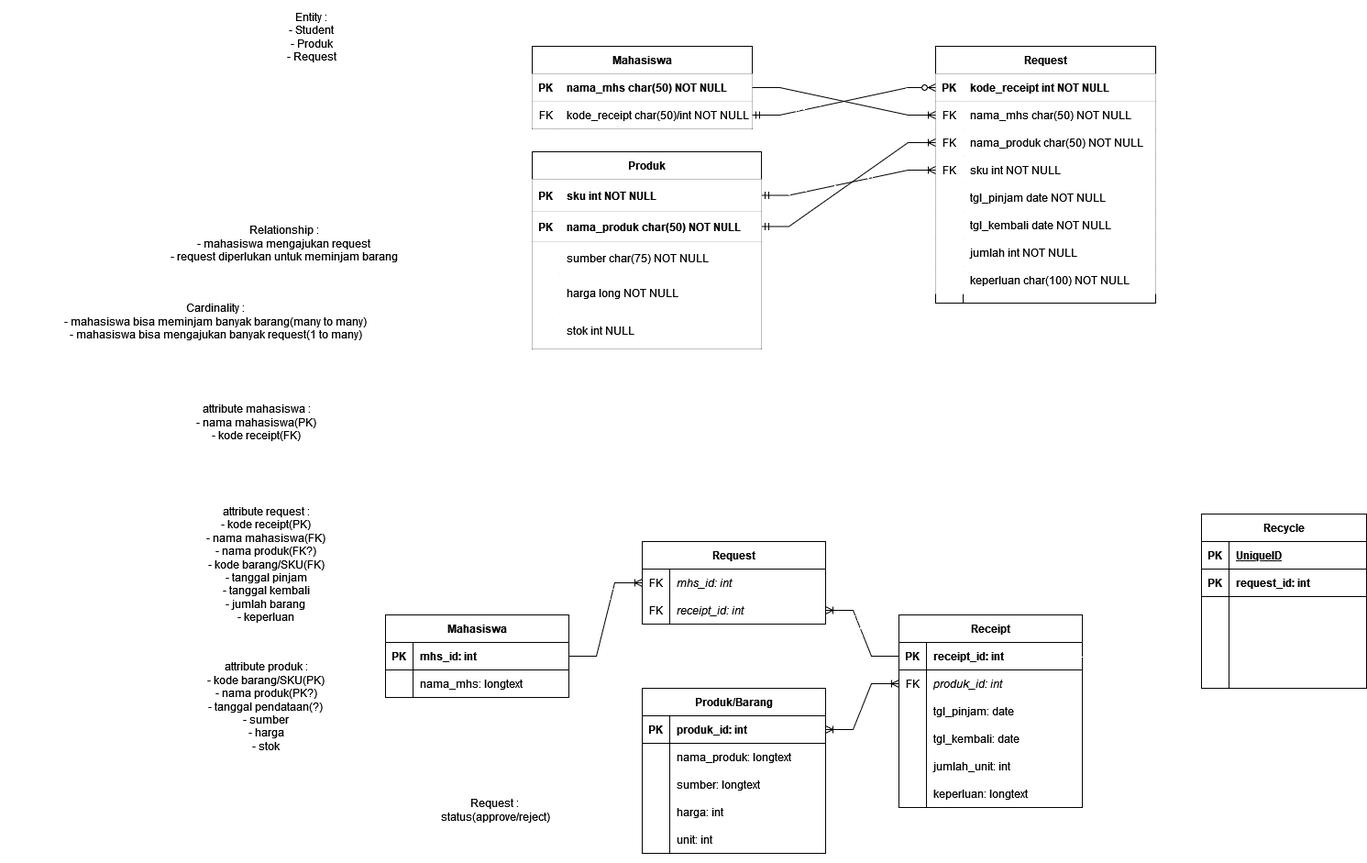
This is diagrams/ER diagram.drawio.png from johannfac/aplikasipeminjamanaset, a draw.io export, as it was before one commit. Source tidied: cells renumbered, new cells last; positions are measured from the earlier drawing's top-left corner, leaving out a move shared by most shapes.
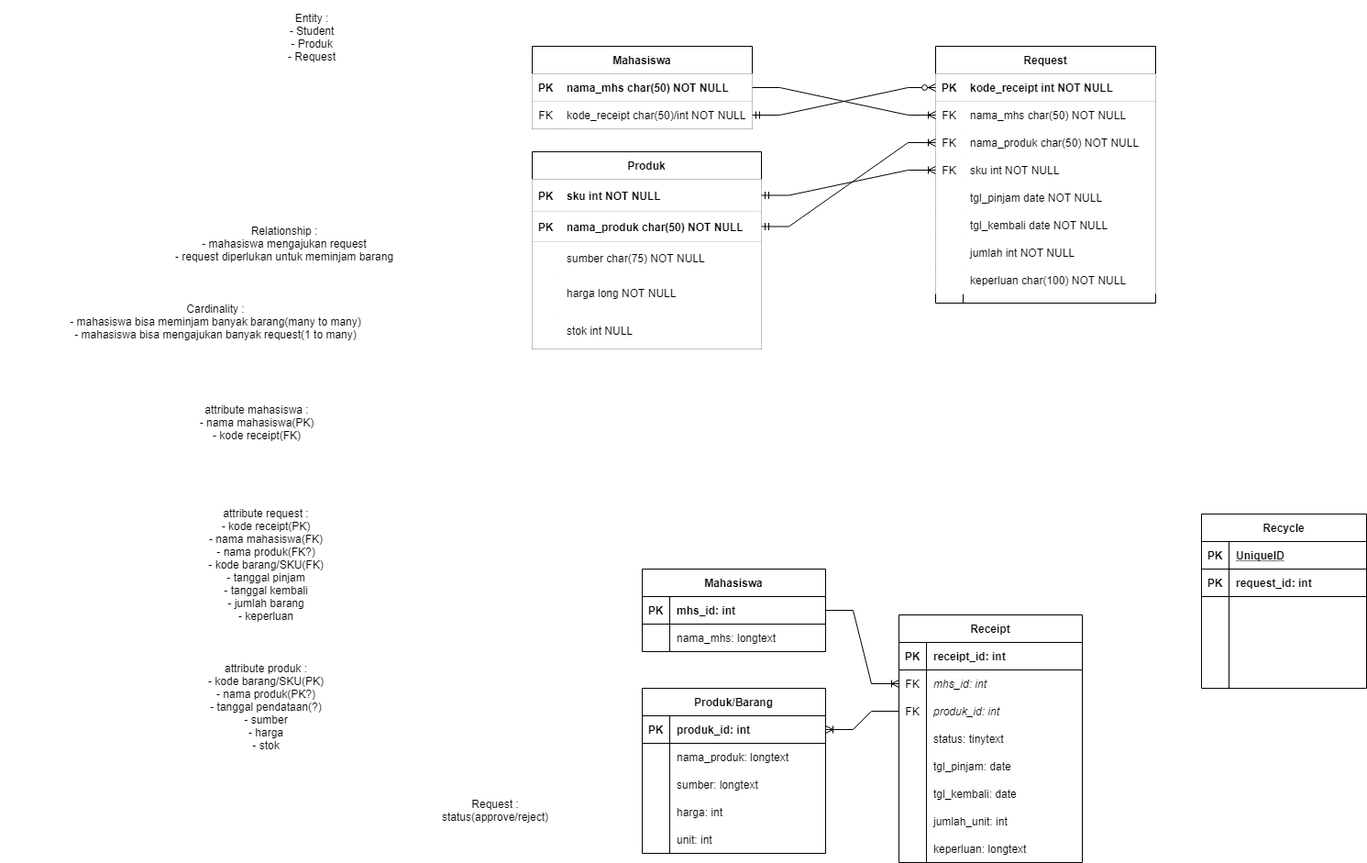
Later version of the same file.

The edit, as a diff of the source:
```diff
@@ -177,7 +177,7 @@
       <mxGeometry relative="1" as="geometry" />
     </mxCell>
     <mxCell id="60" value="Mahasiswa" style="shape=table;startSize=30;rowLines=0;fontStyle=1;align=center;fontColor=default;strokeColor=default;fillColor=none;" parent="1" vertex="1">
-      <mxGeometry x="420" y="670" width="200" height="90" as="geometry" />
+      <mxGeometry x="700" y="620" width="200" height="90" as="geometry" />
     </mxCell>
     <mxCell id="61" style="shape=partialRectangle;fillColor=none;top=0;left=0;bottom=1;right=0;points=[[0,0.5],[1,0.5]];portConstraint=eastwest;fontColor=default;strokeColor=default;" parent="60" vertex="1">
       <mxGeometry y="30" width="200" height="30" as="geometry" />
@@ -245,29 +245,8 @@
     <mxCell id="82" value="unit: int" style="shape=partialRectangle;fillColor=none;top=0;left=0;bottom=0;right=0;align=left;spacingLeft=6;overflow=hidden;fontColor=default;strokeColor=default;" parent="80" vertex="1">
       <mxGeometry x="30" width="170" height="30" as="geometry" />
     </mxCell>
-    <mxCell id="83" value="Request" style="shape=table;startSize=30;rowLines=0;fontStyle=1;align=center;fontColor=default;strokeColor=default;fillColor=none;" parent="1" vertex="1">
-      <mxGeometry x="700" y="590" width="200" height="90" as="geometry" />
-    </mxCell>
-    <mxCell id="84" style="shape=partialRectangle;fillColor=none;top=0;left=0;bottom=0;right=0;points=[[0,0.5],[1,0.5]];portConstraint=eastwest;fontColor=default;strokeColor=default;" parent="83" vertex="1">
-      <mxGeometry y="30" width="200" height="30" as="geometry" />
-    </mxCell>
-    <mxCell id="85" value="FK" style="shape=partialRectangle;fillColor=none;top=0;left=0;bottom=0;right=0;overflow=hidden;fontColor=default;strokeColor=default;fontStyle=0;" parent="84" vertex="1">
-      <mxGeometry width="30" height="30" as="geometry" />
-    </mxCell>
-    <mxCell id="86" value="mhs_id: int" style="shape=partialRectangle;fillColor=none;top=0;left=0;bottom=0;right=0;align=left;spacingLeft=6;overflow=hidden;fontColor=default;strokeColor=default;fontStyle=2;" parent="84" vertex="1">
-      <mxGeometry x="30" width="170" height="30" as="geometry" />
-    </mxCell>
-    <mxCell id="87" style="shape=partialRectangle;fillColor=none;top=0;left=0;bottom=0;right=0;points=[[0,0.5],[1,0.5]];portConstraint=eastwest;fontColor=default;strokeColor=default;" parent="83" vertex="1">
-      <mxGeometry y="60" width="200" height="30" as="geometry" />
-    </mxCell>
-    <mxCell id="88" value="FK" style="shape=partialRectangle;fillColor=none;top=0;left=0;bottom=0;right=0;overflow=hidden;fontColor=default;strokeColor=default;fontStyle=0;" parent="87" vertex="1">
-      <mxGeometry width="30" height="30" as="geometry" />
-    </mxCell>
-    <mxCell id="89" value="receipt_id: int" style="shape=partialRectangle;fillColor=none;top=0;left=0;bottom=0;right=0;align=left;spacingLeft=6;overflow=hidden;fontColor=default;strokeColor=default;fontStyle=2;" parent="87" vertex="1">
-      <mxGeometry x="30" width="170" height="30" as="geometry" />
-    </mxCell>
     <mxCell id="90" value="Receipt" style="shape=table;startSize=30;rowLines=0;fontStyle=1;align=center;fontColor=default;strokeColor=default;fillColor=none;" parent="1" vertex="1">
-      <mxGeometry x="980" y="670" width="200" height="210" as="geometry" />
+      <mxGeometry x="980" y="670" width="200" height="270" as="geometry" />
     </mxCell>
     <mxCell id="91" style="shape=partialRectangle;fillColor=none;top=0;left=0;bottom=1;right=0;points=[[0,0.5],[1,0.5]];portConstraint=eastwest;fontColor=default;strokeColor=default;" parent="90" vertex="1">
       <mxGeometry y="30" width="200" height="30" as="geometry" />
@@ -278,8 +257,17 @@
     <mxCell id="93" value="receipt_id: int" style="shape=partialRectangle;fillColor=none;top=0;left=0;bottom=0;right=0;align=left;spacingLeft=6;fontStyle=1;overflow=hidden;fontColor=default;strokeColor=default;" parent="91" vertex="1">
       <mxGeometry x="30" width="170" height="30" as="geometry" />
     </mxCell>
+    <mxCell id="84" style="shape=partialRectangle;fillColor=none;top=0;left=0;bottom=0;right=0;points=[[0,0.5],[1,0.5]];portConstraint=eastwest;fontColor=default;strokeColor=default;" parent="90" vertex="1">
+      <mxGeometry y="60" width="200" height="30" as="geometry" />
+    </mxCell>
+    <mxCell id="85" value="FK" style="shape=partialRectangle;fillColor=none;top=0;left=0;bottom=0;right=0;overflow=hidden;fontColor=default;strokeColor=default;fontStyle=0;" parent="84" vertex="1">
+      <mxGeometry width="30" height="30" as="geometry" />
+    </mxCell>
+    <mxCell id="86" value="mhs_id: int" style="shape=partialRectangle;fillColor=none;top=0;left=0;bottom=0;right=0;align=left;spacingLeft=6;overflow=hidden;fontColor=default;strokeColor=default;fontStyle=2;" parent="84" vertex="1">
+      <mxGeometry x="30" width="170" height="30" as="geometry" />
+    </mxCell>
     <mxCell id="94" style="shape=partialRectangle;fillColor=none;top=0;left=0;bottom=0;right=0;points=[[0,0.5],[1,0.5]];portConstraint=eastwest;fontColor=default;strokeColor=default;" parent="90" vertex="1">
-      <mxGeometry y="60" width="200" height="30" as="geometry" />
+      <mxGeometry y="90" width="200" height="30" as="geometry" />
     </mxCell>
     <mxCell id="95" value="FK" style="shape=partialRectangle;fillColor=none;top=0;left=0;bottom=0;right=0;overflow=hidden;fontColor=default;strokeColor=default;fontStyle=0;" parent="94" vertex="1">
       <mxGeometry width="30" height="30" as="geometry" />
@@ -287,8 +275,17 @@
     <mxCell id="96" value="produk_id: int" style="shape=partialRectangle;fillColor=none;top=0;left=0;bottom=0;right=0;align=left;spacingLeft=6;overflow=hidden;fontColor=default;strokeColor=default;fontStyle=2;" parent="94" vertex="1">
       <mxGeometry x="30" width="170" height="30" as="geometry" />
     </mxCell>
+    <mxCell id="129" style="shape=partialRectangle;fillColor=none;top=0;left=0;bottom=0;right=0;fontColor=default;strokeColor=default;" parent="90" vertex="1">
+      <mxGeometry y="120" width="200" height="30" as="geometry" />
+    </mxCell>
+    <mxCell id="130" style="shape=partialRectangle;fillColor=none;top=0;left=0;bottom=0;right=0;overflow=hidden;fontColor=default;strokeColor=default;" parent="129" vertex="1">
+      <mxGeometry width="30" height="30" as="geometry" />
+    </mxCell>
+    <mxCell id="131" value="status: tinytext" style="shape=partialRectangle;fillColor=none;top=0;left=0;bottom=0;right=0;align=left;spacingLeft=6;overflow=hidden;fontColor=default;strokeColor=default;" parent="129" vertex="1">
+      <mxGeometry x="30" width="170" height="30" as="geometry" />
+    </mxCell>
     <mxCell id="97" style="shape=partialRectangle;fillColor=none;top=0;left=0;bottom=0;right=0;fontColor=default;strokeColor=default;" parent="90" vertex="1">
-      <mxGeometry y="90" width="200" height="30" as="geometry" />
+      <mxGeometry y="150" width="200" height="30" as="geometry" />
     </mxCell>
     <mxCell id="98" style="shape=partialRectangle;fillColor=none;top=0;left=0;bottom=0;right=0;overflow=hidden;fontColor=default;strokeColor=default;" parent="97" vertex="1">
       <mxGeometry width="30" height="30" as="geometry" />
@@ -297,7 +294,7 @@
       <mxGeometry x="30" width="170" height="30" as="geometry" />
     </mxCell>
     <mxCell id="100" style="shape=partialRectangle;fillColor=none;top=0;left=0;bottom=0;right=0;fontColor=default;strokeColor=default;" parent="90" vertex="1">
-      <mxGeometry y="120" width="200" height="30" as="geometry" />
+      <mxGeometry y="180" width="200" height="30" as="geometry" />
     </mxCell>
     <mxCell id="101" style="shape=partialRectangle;fillColor=none;top=0;left=0;bottom=0;right=0;overflow=hidden;fontColor=default;strokeColor=default;" parent="100" vertex="1">
       <mxGeometry width="30" height="30" as="geometry" />
@@ -306,7 +303,7 @@
       <mxGeometry x="30" width="170" height="30" as="geometry" />
     </mxCell>
     <mxCell id="103" style="shape=partialRectangle;fillColor=none;top=0;left=0;bottom=0;right=0;fontColor=default;strokeColor=default;" parent="90" vertex="1">
-      <mxGeometry y="150" width="200" height="30" as="geometry" />
+      <mxGeometry y="210" width="200" height="30" as="geometry" />
     </mxCell>
     <mxCell id="104" style="shape=partialRectangle;fillColor=none;top=0;left=0;bottom=0;right=0;overflow=hidden;fontColor=default;strokeColor=default;" parent="103" vertex="1">
       <mxGeometry width="30" height="30" as="geometry" />
@@ -315,7 +312,7 @@
       <mxGeometry x="30" width="170" height="30" as="geometry" />
     </mxCell>
     <mxCell id="106" style="shape=partialRectangle;fillColor=none;top=0;left=0;bottom=0;right=0;fontColor=default;strokeColor=default;" parent="90" vertex="1">
-      <mxGeometry y="180" width="200" height="30" as="geometry" />
+      <mxGeometry y="240" width="200" height="30" as="geometry" />
     </mxCell>
     <mxCell id="107" style="shape=partialRectangle;fillColor=none;top=0;left=0;bottom=0;right=0;overflow=hidden;fontColor=default;strokeColor=default;" parent="106" vertex="1">
       <mxGeometry width="30" height="30" as="geometry" />
@@ -374,14 +371,11 @@
     <mxCell id="125" style="edgeStyle=entityRelationEdgeStyle;fontSize=12;html=1;endArrow=ERoneToMany;rounded=0;labelBackgroundColor=default;fontColor=default;strokeColor=default;fillColor=default;exitX=1;exitY=0.5;exitDx=0;exitDy=0;entryX=0;entryY=0.5;entryDx=0;entryDy=0;" parent="1" edge="1" source="61" target="84">
       <mxGeometry relative="1" as="geometry" />
     </mxCell>
-    <mxCell id="126" style="edgeStyle=entityRelationEdgeStyle;fontSize=12;html=1;endArrow=ERoneToMany;rounded=0;labelBackgroundColor=default;fontColor=default;strokeColor=default;fillColor=default;exitX=0;exitY=0.5;exitDx=0;exitDy=0;entryX=1;entryY=0.5;entryDx=0;entryDy=0;" parent="1" edge="1" source="91" target="87">
-      <mxGeometry relative="1" as="geometry" />
-    </mxCell>
-    <mxCell id="127" style="edgeStyle=entityRelationEdgeStyle;fontSize=12;html=1;endArrow=ERoneToMany;startArrow=ERoneToMany;rounded=0;labelBackgroundColor=default;fontColor=default;strokeColor=default;fillColor=default;exitX=1;exitY=0.5;exitDx=0;exitDy=0;entryX=0;entryY=0.5;entryDx=0;entryDy=0;" parent="1" edge="1" source="68" target="94">
-      <mxGeometry relative="1" as="geometry" />
-    </mxCell>
     <mxCell id="128" value="Request :&lt;br&gt;&lt;div&gt;status(approve/reject)&lt;/div&gt;" style="text;html=1;strokeColor=none;fillColor=none;align=center;verticalAlign=middle;whiteSpace=wrap;rounded=0;" parent="1" vertex="1">
       <mxGeometry x="470" y="825" width="140" height="115" as="geometry" />
     </mxCell>
+    <mxCell id="132" style="edgeStyle=entityRelationEdgeStyle;fontSize=12;html=1;endArrow=ERoneToMany;rounded=0;labelBackgroundColor=default;fontColor=default;strokeColor=default;fillColor=default;exitX=0;exitY=0.5;exitDx=0;exitDy=0;entryX=1;entryY=0.5;entryDx=0;entryDy=0;" parent="1" edge="1" source="94" target="68">
+      <mxGeometry relative="1" as="geometry" />
+    </mxCell>
   </root>
 </mxGraphModel>
```
